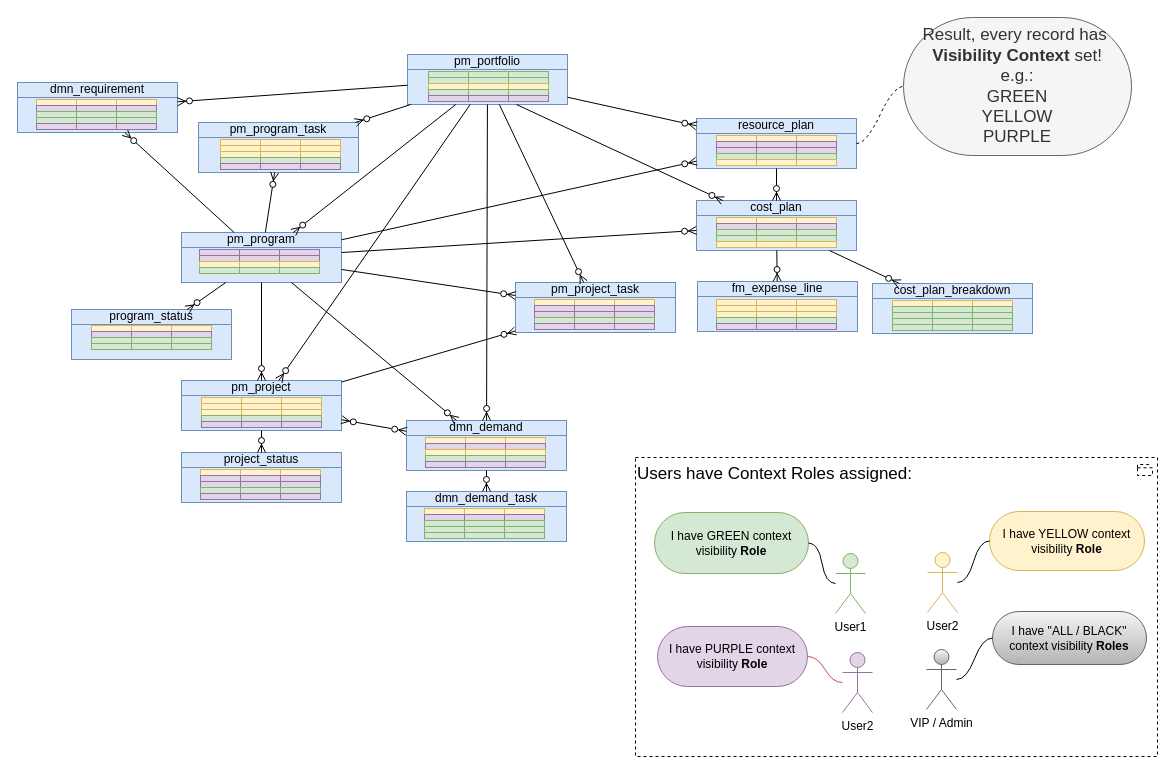
algimas/tmp keeps this draw.io diagram as page "context" (9 of 21) of Sar.drawio. Above is the earlier version. Source tidied: cells renumbered, new cells numbered last; positions are measured from the earlier drawing's top-left corner, leaving out a move shared by most shapes. Both pictures are drawn from the tidied source at 100%, with x=0, y=0 at pixel (17, 17).
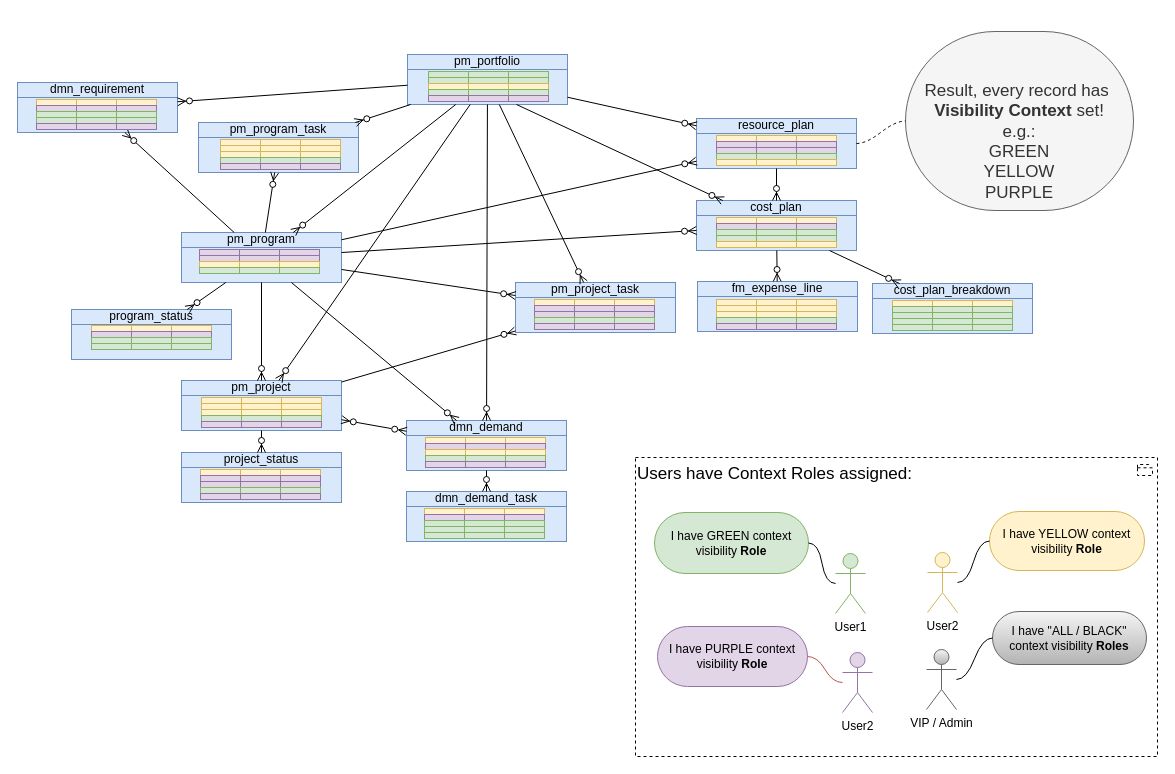
The same page after the edit.

The edit, as a diff of the source:
```diff
@@
-    <mxCell id="120" value="&lt;div&gt;Result, every record has&amp;nbsp;&lt;/div&gt;&lt;div&gt;&lt;b&gt;Visibility Context&lt;/b&gt; set!&lt;/div&gt;&lt;div&gt;e.g.:&lt;/div&gt;&lt;div&gt;GREEN&lt;/div&gt;&lt;div&gt;YELLOW&lt;/div&gt;&lt;div&gt;PURPLE&lt;/div&gt;" style="whiteSpace=wrap;html=1;rounded=1;arcSize=50;align=center;verticalAlign=middle;strokeWidth=1;spacing=4;newEdgeStyle={&quot;edgeStyle&quot;:&quot;entityRelationEdgeStyle&quot;,&quot;startArrow&quot;:&quot;none&quot;,&quot;endArrow&quot;:&quot;none&quot;,&quot;segment&quot;:10,&quot;curved&quot;:1,&quot;sourcePerimeterSpacing&quot;:0,&quot;targetPerimeterSpacing&quot;:0};fillColor=#f5f5f5;strokeColor=#666666;fontColor=#333333;fontSize=17;" parent="1" vertex="1">
-      <mxGeometry x="886" width="228" height="138" as="geometry" />
+    <mxCell id="120" value="&lt;div&gt;&lt;br&gt;&lt;/div&gt;&lt;div&gt;&lt;br&gt;&lt;/div&gt;&lt;div&gt;Result, every record has&amp;nbsp;&lt;/div&gt;&lt;div&gt;&lt;b&gt;Visibility Context&lt;/b&gt; set!&lt;/div&gt;&lt;div&gt;e.g.:&lt;/div&gt;&lt;div&gt;GREEN&lt;/div&gt;&lt;div&gt;YELLOW&lt;/div&gt;&lt;div&gt;PURPLE&lt;/div&gt;" style="whiteSpace=wrap;html=1;rounded=1;arcSize=50;align=center;verticalAlign=middle;strokeWidth=1;spacing=4;newEdgeStyle={&quot;edgeStyle&quot;:&quot;entityRelationEdgeStyle&quot;,&quot;startArrow&quot;:&quot;none&quot;,&quot;endArrow&quot;:&quot;none&quot;,&quot;segment&quot;:10,&quot;curved&quot;:1,&quot;sourcePerimeterSpacing&quot;:0,&quot;targetPerimeterSpacing&quot;:0};fillColor=#f5f5f5;strokeColor=#666666;fontColor=#333333;fontSize=17;" parent="1" vertex="1">
+      <mxGeometry x="888" y="14" width="228" height="179" as="geometry" />
     </mxCell>
```
